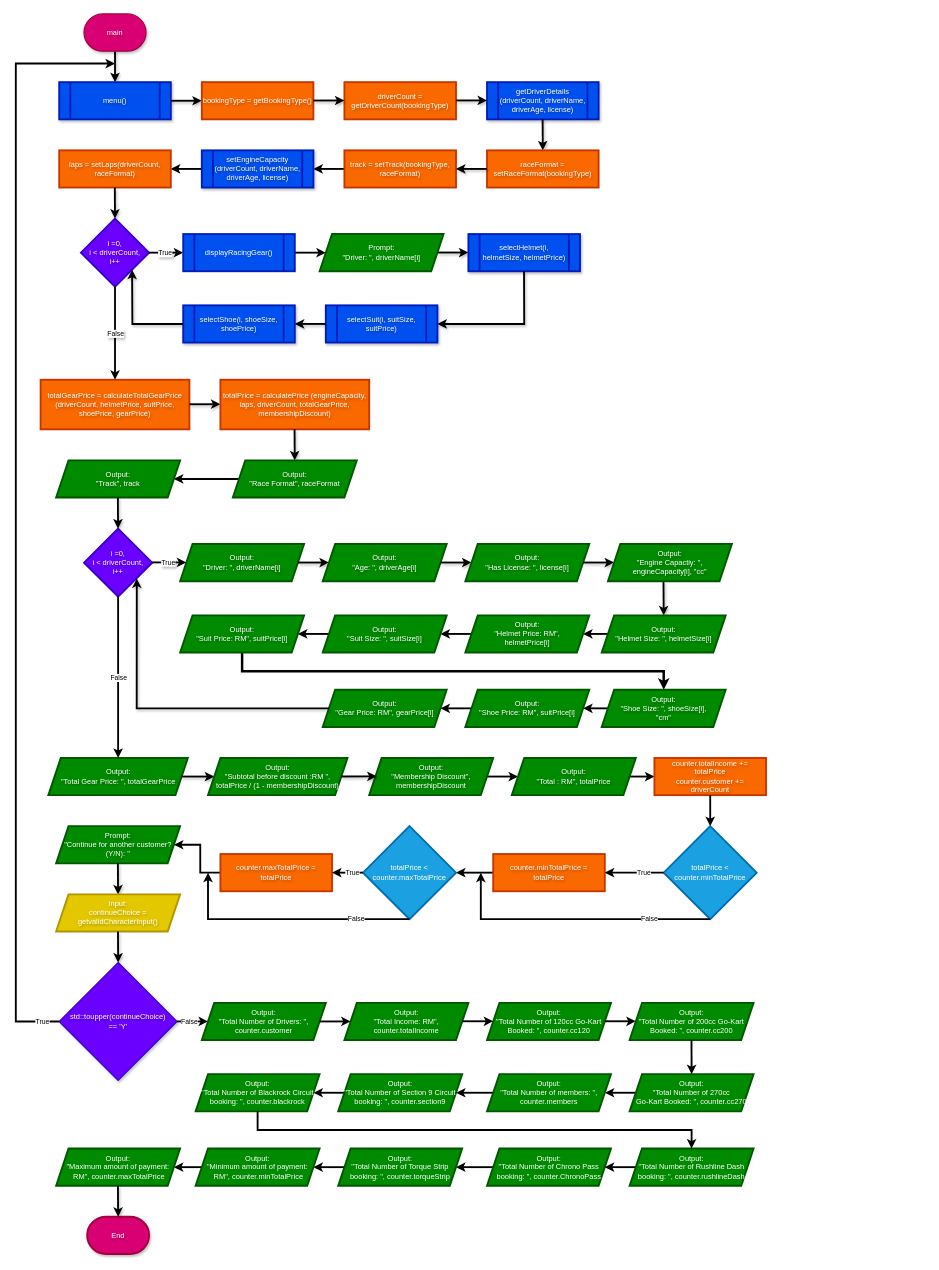
The draw.io diagram Flowcharts (draw.io)/00. main.drawio in shahxvi/csc126-group-project, before the edit. Source tidied: cells renumbered, new cells numbered last; positions are measured from the earlier drawing's top-left corner, leaving out a move shared by most shapes. Both pictures are drawn from the tidied source at 62%, with x=0, y=0 at pixel (16, 14).
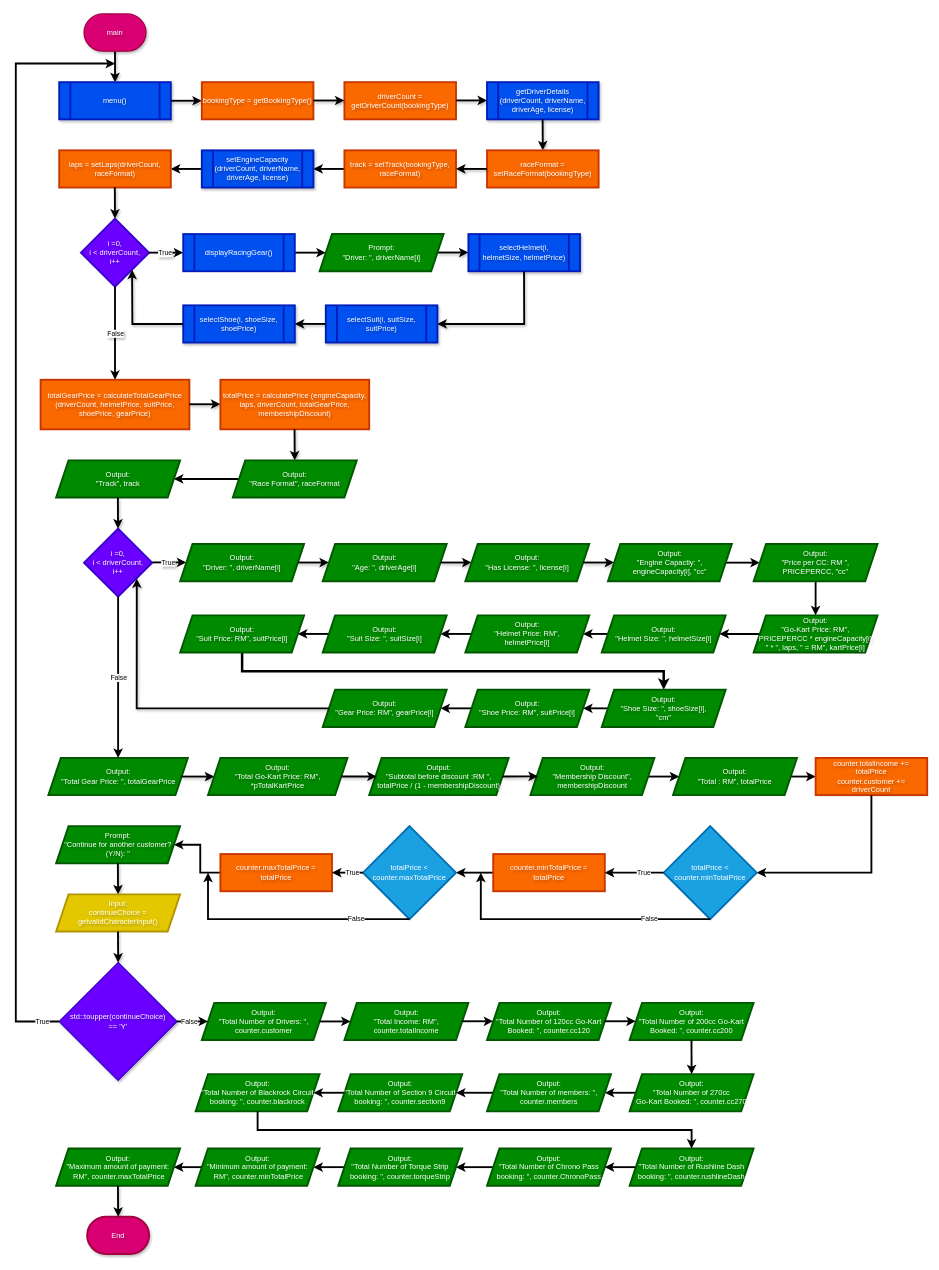
The same page after the edit.

Commit message (it also covers changes not shown here):
Update Report, Source Code, Pseudocode and Flowchart

Unchanged cells that the change refers to:
```xml
<mxCell id="40" value="Output:&lt;br&gt;&quot;Helmet Size: &quot;, helmetSize[i]" style="shape=parallelogram;perimeter=parallelogramPerimeter;whiteSpace=wrap;html=1;fixedSize=1;fillColor=#008a00;fontColor=#ffffff;strokeColor=#005700;textShadow=1;spacing=2;strokeWidth=3;" parent="1" vertex="1">
  <mxGeometry x="945" y="970" width="200" height="60" as="geometry" />
</mxCell>
<mxCell id="50" value="&lt;span style=&quot;color: rgb(255, 255, 255);&quot;&gt;Output:&lt;/span&gt;&lt;br&gt;&lt;span style=&quot;color: rgb(255, 255, 255);&quot;&gt;&quot;Engine Capactiy: &quot;, engineCapacity[i], &quot;cc&quot;&lt;/span&gt;" style="shape=parallelogram;perimeter=parallelogramPerimeter;whiteSpace=wrap;html=1;fixedSize=1;fillColor=#008a00;fontColor=#ffffff;strokeColor=#005700;textShadow=1;spacing=2;strokeWidth=3;" parent="1" vertex="1">
  <mxGeometry x="955" y="855" width="200" height="60" as="geometry" />
</mxCell>
<mxCell id="108" value="totalPrice &amp;lt; counter.minTotalPrice" style="rhombus;whiteSpace=wrap;html=1;fillColor=#1ba1e2;fontColor=#ffffff;strokeColor=#006EAF;strokeWidth=3;" parent="1" vertex="1">
  <mxGeometry x="1045" y="1310" width="150" height="150" as="geometry" />
</mxCell>
```

What changed in the source:
```diff
@@
-    <mxCell id="38" style="edgeStyle=none;html=1;strokeWidth=3;shadow=1;entryX=0.5;entryY=0;entryDx=0;entryDy=0;textShadow=1;spacing=2;" parent="1" edge="1" target="40">
-      <mxGeometry relative="1" as="geometry">
-        <mxPoint x="1044.6" y="915" as="sourcePoint" />
-      </mxGeometry>
-    </mxCell>
@@
+    <mxCell id="124" style="edgeStyle=none;html=1;strokeWidth=3;" parent="1" edge="1" source="50" target="126">
+      <mxGeometry relative="1" as="geometry" />
+    </mxCell>
@@
     <mxCell id="68" value="Output:&lt;br&gt;&quot;Membership Discount&quot;,&lt;br&gt;membershipDiscount" style="shape=parallelogram;perimeter=parallelogramPerimeter;whiteSpace=wrap;html=1;fixedSize=1;fillColor=#008a00;fontColor=#ffffff;strokeColor=#005700;textShadow=1;spacing=2;strokeWidth=3;" parent="1" vertex="1">
-      <mxGeometry x="570" y="1200" width="200" height="60" as="geometry" />
+      <mxGeometry x="830" y="1200" width="200" height="60" as="geometry" />
     </mxCell>
@@
     <mxCell id="70" value="Output:&lt;br&gt;&quot;Total : RM&quot;, totalPrice" style="shape=parallelogram;perimeter=parallelogramPerimeter;whiteSpace=wrap;html=1;fixedSize=1;fillColor=#008a00;fontColor=#ffffff;strokeColor=#005700;textShadow=1;spacing=2;strokeWidth=3;" parent="1" vertex="1">
-      <mxGeometry x="800" y="1200" width="200" height="60" as="geometry" />
+      <mxGeometry x="1060" y="1200" width="200" height="60" as="geometry" />
     </mxCell>
     <mxCell id="71" value="counter.totalIncome +=&lt;br&gt;totalPrice&lt;br&gt;&lt;span style=&quot;color: rgb(255, 255, 255);&quot;&gt;counter.customer +=&lt;/span&gt;&lt;br&gt;&lt;span style=&quot;color: rgb(255, 255, 255);&quot;&gt;driverCount&lt;/span&gt;" style="whiteSpace=wrap;html=1;fillColor=#fa6800;fontColor=#FFFFFF;strokeColor=#C73500;strokeWidth=3;textShadow=1;spacing=2;" parent="1" vertex="1">
-      <mxGeometry x="1030" y="1200" width="180" height="60" as="geometry" />
+      <mxGeometry x="1290" y="1200" width="180" height="60" as="geometry" />
     </mxCell>
-    <mxCell id="72" style="edgeStyle=none;html=1;strokeWidth=3;" parent="1" edge="1">
+    <mxCell id="72" style="edgeStyle=none;html=1;strokeWidth=3;exitX=0.5;exitY=1;exitDx=0;exitDy=0;entryX=1;entryY=0.5;entryDx=0;entryDy=0;rounded=0;curved=0;" parent="1" edge="1" source="71" target="108">
       <mxGeometry relative="1" as="geometry">
-        <mxPoint x="1120" y="1260" as="sourcePoint" />
-        <mxPoint x="1120" y="1310" as="targetPoint" />
+        <Array as="points">
+          <mxPoint x="1380" y="1385" />
+        </Array>
       </mxGeometry>
     </mxCell>
@@
     <mxCell id="122" value="&lt;span style=&quot;color: rgb(255, 255, 255);&quot;&gt;Output:&lt;/span&gt;&lt;br&gt;&lt;span style=&quot;color: rgb(255, 255, 255);&quot;&gt;&quot;Subtotal before discount :RM &quot;, totalPrice / (1 - membershipDiscount)&lt;/span&gt;" style="shape=parallelogram;perimeter=parallelogramPerimeter;whiteSpace=wrap;html=1;fixedSize=1;fillColor=#008a00;fontColor=#ffffff;strokeColor=#005700;textShadow=1;spacing=2;strokeWidth=3;" parent="1" vertex="1">
-      <mxGeometry x="310" y="1200" width="225" height="60" as="geometry" />
+      <mxGeometry x="570" y="1200" width="225" height="60" as="geometry" />
     </mxCell>
     <mxCell id="123" style="edgeStyle=none;html=1;strokeWidth=3;shadow=1;textShadow=1;spacing=2;exitX=1;exitY=0.5;exitDx=0;exitDy=0;" parent="1" edge="1" source="122">
       <mxGeometry relative="1" as="geometry">
-        <mxPoint x="582" y="1229.7" as="targetPoint" />
+        <mxPoint x="842" y="1229.7" as="targetPoint" />
       </mxGeometry>
     </mxCell>
+    <mxCell id="125" style="edgeStyle=none;html=1;strokeWidth=3;" parent="1" edge="1" source="126" target="128">
+      <mxGeometry relative="1" as="geometry" />
+    </mxCell>
+    <mxCell id="126" value="Output:&lt;br&gt;&quot;Price per CC: RM &quot;,&lt;br&gt;PRICEPERCC, &quot;cc&quot;" style="shape=parallelogram;perimeter=parallelogramPerimeter;whiteSpace=wrap;html=1;fixedSize=1;fillColor=#008a00;fontColor=#ffffff;strokeColor=#005700;textShadow=1;spacing=2;strokeWidth=3;" parent="1" vertex="1">
+      <mxGeometry x="1190" y="855" width="200" height="60" as="geometry" />
+    </mxCell>
+    <mxCell id="127" style="edgeStyle=none;html=1;strokeWidth=3;" parent="1" edge="1" source="128" target="40">
+      <mxGeometry relative="1" as="geometry" />
+    </mxCell>
+    <mxCell id="128" value="Output:&lt;br&gt;&quot;Go-Kart Price: RM&quot;,&lt;br&gt;PRICEPERCC * engineCapacity[i]&lt;br&gt;&quot; * &quot;, laps, &quot; = RM&quot;, kartPrice[i]" style="shape=parallelogram;perimeter=parallelogramPerimeter;whiteSpace=wrap;html=1;fixedSize=1;fillColor=#008a00;fontColor=#ffffff;strokeColor=#005700;textShadow=1;spacing=2;strokeWidth=3;" parent="1" vertex="1">
+      <mxGeometry x="1190" y="970" width="200" height="60" as="geometry" />
+    </mxCell>
+    <mxCell id="129" value="Output:&lt;br&gt;&quot;Total Go-Kart Price: RM&quot;,&lt;br&gt;*pTotalKartPrice" style="shape=parallelogram;perimeter=parallelogramPerimeter;whiteSpace=wrap;html=1;fixedSize=1;fillColor=#008a00;fontColor=#ffffff;strokeColor=#005700;textShadow=1;spacing=2;strokeWidth=3;" parent="1" vertex="1">
+      <mxGeometry x="310" y="1200" width="225" height="60" as="geometry" />
+    </mxCell>
+    <mxCell id="130" style="edgeStyle=none;html=1;strokeWidth=3;shadow=1;textShadow=1;spacing=2;exitX=1;exitY=0.5;exitDx=0;exitDy=0;" parent="1" edge="1" source="129">
+      <mxGeometry relative="1" as="geometry">
+        <mxPoint x="582" y="1229.8" as="targetPoint" />
+      </mxGeometry>
+    </mxCell>
```
